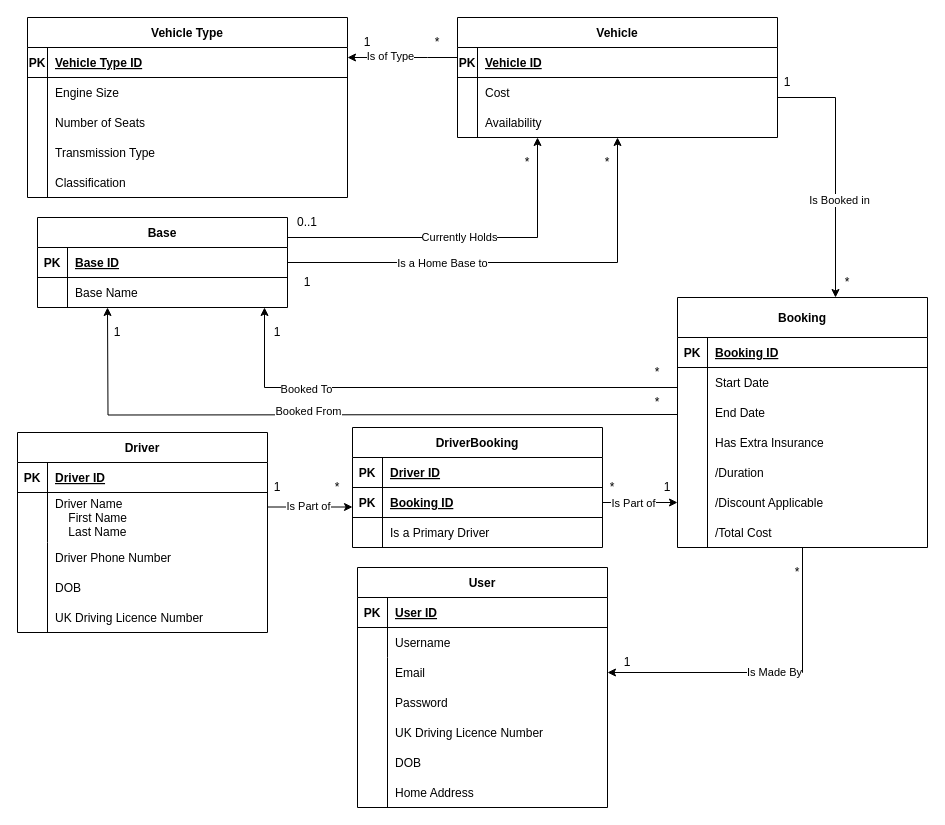
This is CW1 ERD.drawio from Daniel-Fejdych/Daniel-Fejdych.github.io, a draw.io file, before an edit. Source tidied: cells renumbered, new cells numbered last; positions are measured from the earlier drawing's top-left corner, leaving out a move shared by most shapes. Both pictures are drawn from the tidied source at 100%, with x=0, y=0 at pixel (17, 17).
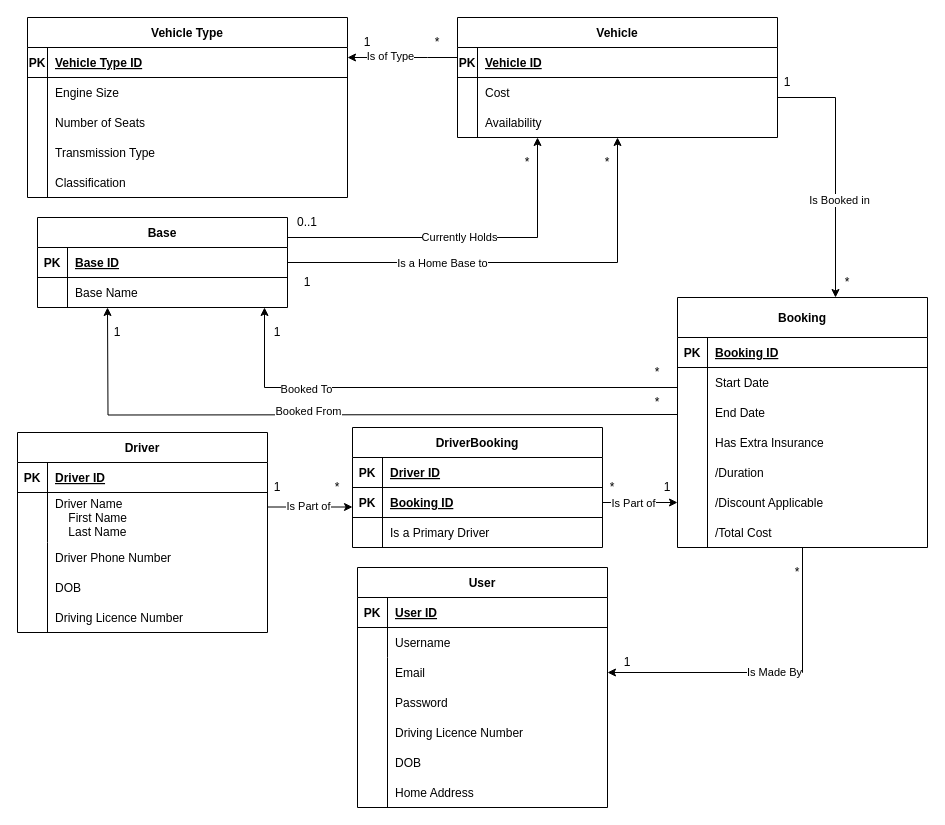
Above is the later version.

The change refers to these unchanged cells:
```xml
<mxCell id="37" style="group;" parent="1" vertex="1">
  <mxGeometry y="415" width="250" height="200" as="geometry" />
</mxCell>
<mxCell id="50" style="group;" parent="1" vertex="1">
  <mxGeometry x="340" y="550" width="250" height="240" as="geometry" />
</mxCell>
```

The edit, as a diff of the source:
```diff
@@
-    <mxCell id="49" value="UK Driving Licence Number" style="shape=partialRectangle;overflow=hidden;fillColor=none;top=0;left=1;bottom=0;right=0;align=left;spacingLeft=6;" parent="37" vertex="1">
+    <mxCell id="49" value="Driving Licence Number" style="shape=partialRectangle;overflow=hidden;fillColor=none;top=0;left=1;bottom=0;right=0;align=left;spacingLeft=6;" parent="37" vertex="1">
       <mxGeometry x="30" y="170" width="220" height="30" as="geometry" />
     </mxCell>
@@
-    <mxCell id="62" value="UK Driving Licence Number" style="shape=partialRectangle;overflow=hidden;fillColor=none;top=0;left=1;bottom=0;right=0;align=left;spacingLeft=6;" parent="50" vertex="1">
+    <mxCell id="62" value="Driving Licence Number" style="shape=partialRectangle;overflow=hidden;fillColor=none;top=0;left=1;bottom=0;right=0;align=left;spacingLeft=6;" parent="50" vertex="1">
       <mxGeometry x="30" y="150" width="220" height="30" as="geometry" />
     </mxCell>
```
